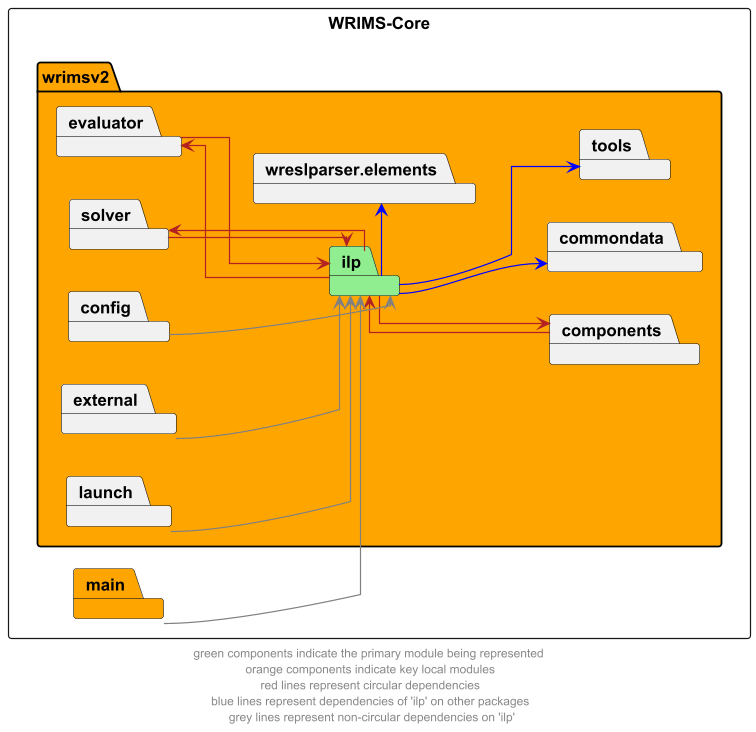
Before: docs/diagrams/wrims-core/wrims-core_ilp.png, a diagram exported from PlantUML (CentralValleyModeling/wrims).
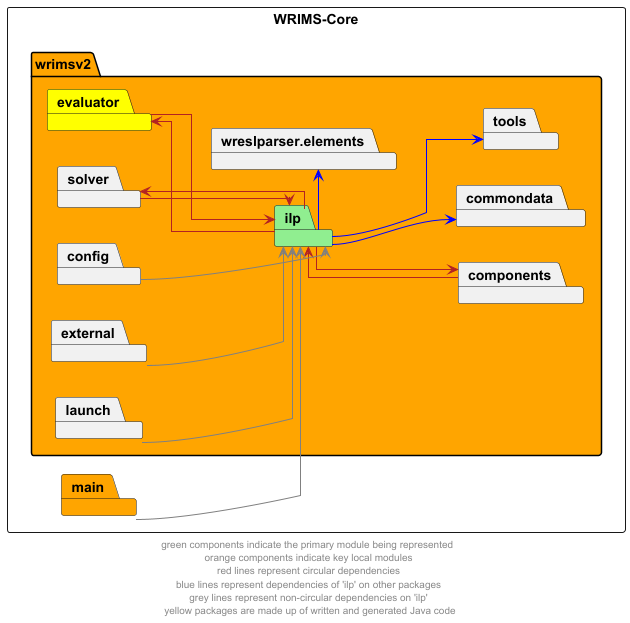
After the change.

Diff of the diagram source:
```diff
@@ -7,7 +7,7 @@
         package ilp #lightgreen
         package commondata
         package components
-        package evaluator
+        package evaluator #yellow
         package solver
         package tools
         package wreslparser.elements
@@ -37,5 +37,5 @@
 main --> ilp #grey
 
 
-footer "green components indicate the primary module being represented \n orange components indicate key local modules \n red lines represent circular dependencies \n blue lines represent dependencies of 'ilp' on other packages \n grey lines represent non-circular dependencies on 'ilp'"
+footer "green components indicate the primary module being represented \n orange components indicate key local modules \n red lines represent circular dependencies \n blue lines represent dependencies of 'ilp' on other packages \n grey lines represent non-circular dependencies on 'ilp' \n yellow packages are made up of written and generated Java code"
 @enduml
```
